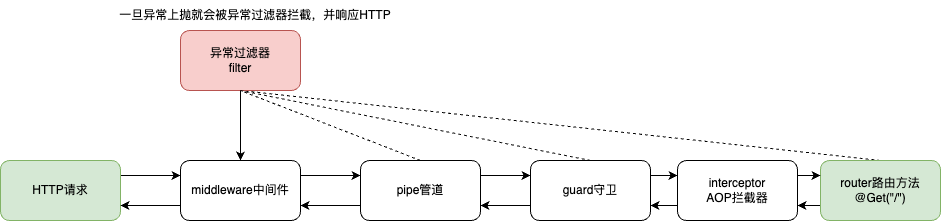
Above: nest:HTTP请求执行流程.drawio.png in JYbill/draw (draw.io), before the change. Source tidied: cells renumbered, new cells last; positions are measured from the earlier drawing's top-left corner, leaving out a move shared by most shapes.
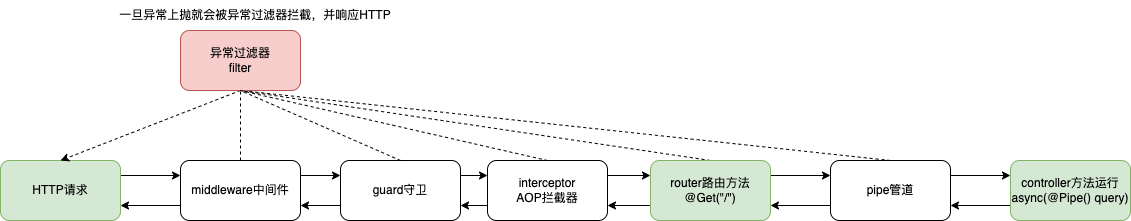
The same file after the commit.

Commit message:
更新nest:HTTP请求执行流程.drawio.png

The edit, as a diff of the source:
```diff
@@ -8,32 +8,38 @@
     <mxCell id="3" value="HTTP请求" style="rounded=1;whiteSpace=wrap;html=1;fillColor=#d5e8d4;strokeColor=#82b366;" parent="1" vertex="1">
       <mxGeometry y="160" width="120" height="60" as="geometry" />
     </mxCell>
-    <mxCell id="4" style="edgeStyle=orthogonalEdgeStyle;rounded=0;jettySize=auto;html=1;exitX=1;exitY=0.25;exitDx=0;exitDy=0;entryX=0;entryY=0.25;entryDx=0;entryDy=0;" parent="1" edge="1" source="6" target="9">
-      <mxGeometry relative="1" as="geometry" />
-    </mxCell>
     <mxCell id="5" style="edgeStyle=orthogonalEdgeStyle;rounded=0;jettySize=auto;html=1;exitX=0;exitY=0.75;exitDx=0;exitDy=0;entryX=1;entryY=0.75;entryDx=0;entryDy=0;" parent="1" edge="1" source="6" target="3">
       <mxGeometry relative="1" as="geometry" />
     </mxCell>
+    <mxCell id="24" style="edgeStyle=orthogonalEdgeStyle;rounded=0;jettySize=auto;html=1;exitX=1;exitY=0.25;exitDx=0;exitDy=0;entryX=0;entryY=0.25;entryDx=0;entryDy=0;" parent="1" edge="1" source="6" target="12">
+      <mxGeometry relative="1" as="geometry" />
+    </mxCell>
+    <mxCell id="19" style="rounded=0;jettySize=auto;html=1;exitX=0.5;exitY=0;exitDx=0;exitDy=0;entryX=0.5;entryY=1;entryDx=0;entryDy=0;endArrow=none;endFill=0;dashed=1;" parent="1" edge="1" source="6" target="16">
+      <mxGeometry relative="1" as="geometry" />
+    </mxCell>
     <mxCell id="6" value="middleware中间件" style="rounded=1;whiteSpace=wrap;html=1;" parent="1" vertex="1">
       <mxGeometry x="180" y="160" width="120" height="60" as="geometry" />
     </mxCell>
-    <mxCell id="7" style="edgeStyle=orthogonalEdgeStyle;rounded=0;jettySize=auto;html=1;exitX=1;exitY=0.25;exitDx=0;exitDy=0;entryX=0;entryY=0.25;entryDx=0;entryDy=0;" parent="1" edge="1" source="9" target="12">
-      <mxGeometry relative="1" as="geometry" />
-    </mxCell>
-    <mxCell id="8" style="edgeStyle=orthogonalEdgeStyle;rounded=0;jettySize=auto;html=1;exitX=0;exitY=0.75;exitDx=0;exitDy=0;entryX=1;entryY=0.75;entryDx=0;entryDy=0;" parent="1" edge="1" source="9" target="6">
-      <mxGeometry relative="1" as="geometry" />
-    </mxCell>
+    <mxCell id="25" style="edgeStyle=orthogonalEdgeStyle;rounded=0;jettySize=auto;html=1;exitX=0;exitY=0.75;exitDx=0;exitDy=0;entryX=1;entryY=0.75;entryDx=0;entryDy=0;" parent="1" edge="1" source="9" target="15">
+      <mxGeometry relative="1" as="geometry" />
+    </mxCell>
+    <mxCell id="26" style="edgeStyle=orthogonalEdgeStyle;rounded=0;jettySize=auto;html=1;exitX=1;exitY=0.25;exitDx=0;exitDy=0;entryX=0;entryY=0.25;entryDx=0;entryDy=0;" parent="1" edge="1" source="9" target="32">
+      <mxGeometry relative="1" as="geometry" />
+    </mxCell>
+    <mxCell id="18" style="rounded=0;jettySize=auto;html=1;exitX=0.5;exitY=0;exitDx=0;exitDy=0;entryX=0.5;entryY=1;entryDx=0;entryDy=0;dashed=1;endArrow=none;endFill=0;" parent="1" edge="1" source="9" target="16">
+      <mxGeometry relative="1" as="geometry" />
+    </mxCell>
     <mxCell id="9" value="pipe管道" style="rounded=1;whiteSpace=wrap;html=1;" parent="1" vertex="1">
-      <mxGeometry x="360" y="160" width="120" height="60" as="geometry" />
+      <mxGeometry x="830" y="160" width="120" height="60" as="geometry" />
     </mxCell>
-    <mxCell id="10" style="edgeStyle=orthogonalEdgeStyle;rounded=0;jettySize=auto;html=1;exitX=0;exitY=0.75;exitDx=0;exitDy=0;entryX=1;entryY=0.75;entryDx=0;entryDy=0;" parent="1" edge="1" source="12" target="9">
-      <mxGeometry relative="1" as="geometry" />
-    </mxCell>
     <mxCell id="11" style="edgeStyle=orthogonalEdgeStyle;rounded=0;jettySize=auto;html=1;exitX=1;exitY=0.25;exitDx=0;exitDy=0;entryX=0;entryY=0.25;entryDx=0;entryDy=0;" parent="1" edge="1" source="12" target="23">
       <mxGeometry relative="1" as="geometry" />
     </mxCell>
+    <mxCell id="27" style="edgeStyle=orthogonalEdgeStyle;rounded=0;jettySize=auto;html=1;exitX=0;exitY=0.75;exitDx=0;exitDy=0;entryX=1;entryY=0.75;entryDx=0;entryDy=0;" parent="1" edge="1" source="12" target="6">
+      <mxGeometry relative="1" as="geometry" />
+    </mxCell>
     <mxCell id="12" value="guard守卫" style="rounded=1;whiteSpace=wrap;html=1;" parent="1" vertex="1">
-      <mxGeometry x="530" y="160" width="120" height="60" as="geometry" />
+      <mxGeometry x="340" y="160" width="120" height="60" as="geometry" />
     </mxCell>
     <mxCell id="13" style="rounded=0;jettySize=auto;html=1;exitX=0.5;exitY=0;exitDx=0;exitDy=0;entryX=0.5;entryY=1;entryDx=0;entryDy=0;dashed=1;endArrow=none;endFill=0;" parent="1" edge="1" source="15" target="16">
       <mxGeometry relative="1" as="geometry" />
@@ -41,21 +47,21 @@
     <mxCell id="14" style="edgeStyle=orthogonalEdgeStyle;rounded=0;jettySize=auto;html=1;exitX=0;exitY=0.75;exitDx=0;exitDy=0;entryX=1;entryY=0.75;entryDx=0;entryDy=0;" parent="1" edge="1" source="15" target="23">
       <mxGeometry relative="1" as="geometry" />
     </mxCell>
+    <mxCell id="28" style="edgeStyle=orthogonalEdgeStyle;rounded=0;jettySize=auto;html=1;exitX=1;exitY=0.25;exitDx=0;exitDy=0;entryX=0;entryY=0.25;entryDx=0;entryDy=0;" parent="1" edge="1" source="15" target="9">
+      <mxGeometry relative="1" as="geometry" />
+    </mxCell>
     <mxCell id="15" value="router路由方法&lt;br&gt;@Get(&quot;/&quot;)" style="rounded=1;whiteSpace=wrap;html=1;fillColor=#d5e8d4;strokeColor=#82b366;" parent="1" vertex="1">
-      <mxGeometry x="820" y="160" width="120" height="60" as="geometry" />
+      <mxGeometry x="650" y="160" width="120" height="60" as="geometry" />
     </mxCell>
+    <mxCell id="29" style="rounded=0;jettySize=auto;html=1;exitX=0.5;exitY=1;exitDx=0;exitDy=0;entryX=0.5;entryY=0;entryDx=0;entryDy=0;dashed=1;" parent="1" edge="1" source="16" target="3">
+      <mxGeometry relative="1" as="geometry" />
+    </mxCell>
     <mxCell id="16" value="异常过滤器&lt;br&gt;filter" style="rounded=1;whiteSpace=wrap;html=1;fillColor=#f8cecc;strokeColor=#b85450;" parent="1" vertex="1">
       <mxGeometry x="180" y="30" width="120" height="60" as="geometry" />
     </mxCell>
     <mxCell id="17" style="rounded=0;jettySize=auto;html=1;exitX=0.5;exitY=0;exitDx=0;exitDy=0;entryX=0.5;entryY=1;entryDx=0;entryDy=0;dashed=1;endArrow=none;endFill=0;" parent="1" edge="1" source="12" target="16">
       <mxGeometry relative="1" as="geometry" />
     </mxCell>
-    <mxCell id="18" style="rounded=0;jettySize=auto;html=1;exitX=0.5;exitY=0;exitDx=0;exitDy=0;dashed=1;endArrow=none;endFill=0;entryX=0.5;entryY=1;entryDx=0;entryDy=0;" parent="1" edge="1" source="9" target="16">
-      <mxGeometry relative="1" as="geometry" />
-    </mxCell>
-    <mxCell id="19" style="rounded=0;jettySize=auto;html=1;exitX=0.5;exitY=0;exitDx=0;exitDy=0;endArrow=none;endFill=0;entryX=0.5;entryY=1;entryDx=0;entryDy=0;startArrow=classic;startFill=1;" parent="1" edge="1" source="6" target="16">
-      <mxGeometry relative="1" as="geometry" />
-    </mxCell>
     <mxCell id="20" value="一旦异常上抛就会被异常过滤器拦截，并响应HTTP" style="text;html=1;strokeColor=none;fillColor=none;align=center;verticalAlign=middle;whiteSpace=wrap;rounded=0;" parent="1" vertex="1">
       <mxGeometry x="100" width="310" height="30" as="geometry" />
     </mxCell>
@@ -65,8 +71,17 @@
     <mxCell id="22" style="edgeStyle=orthogonalEdgeStyle;rounded=0;jettySize=auto;html=1;exitX=0;exitY=0.75;exitDx=0;exitDy=0;entryX=1;entryY=0.75;entryDx=0;entryDy=0;" parent="1" edge="1" source="23" target="12">
       <mxGeometry relative="1" as="geometry" />
     </mxCell>
+    <mxCell id="30" style="rounded=0;jettySize=auto;html=1;exitX=0.5;exitY=0;exitDx=0;exitDy=0;entryX=0.5;entryY=1;entryDx=0;entryDy=0;endArrow=none;endFill=0;dashed=1;" parent="1" edge="1" source="23" target="16">
+      <mxGeometry relative="1" as="geometry" />
+    </mxCell>
     <mxCell id="23" value="interceptor &lt;br&gt;AOP拦截器" style="rounded=1;whiteSpace=wrap;html=1;" parent="1" vertex="1">
-      <mxGeometry x="677" y="160" width="120" height="60" as="geometry" />
+      <mxGeometry x="487" y="160" width="120" height="60" as="geometry" />
     </mxCell>
+    <mxCell id="31" style="edgeStyle=orthogonalEdgeStyle;rounded=0;jettySize=auto;html=1;exitX=0;exitY=0.75;exitDx=0;exitDy=0;entryX=1;entryY=0.75;entryDx=0;entryDy=0;" parent="1" edge="1" source="32" target="9">
+      <mxGeometry relative="1" as="geometry" />
+    </mxCell>
+    <mxCell id="32" value="controller方法运行&lt;br&gt;async(@Pipe() query)" style="rounded=1;whiteSpace=wrap;html=1;fillColor=#d5e8d4;strokeColor=#82b366;" parent="1" vertex="1">
+      <mxGeometry x="1010" y="160" width="120" height="60" as="geometry" />
+    </mxCell>
   </root>
 </mxGraphModel>
```
